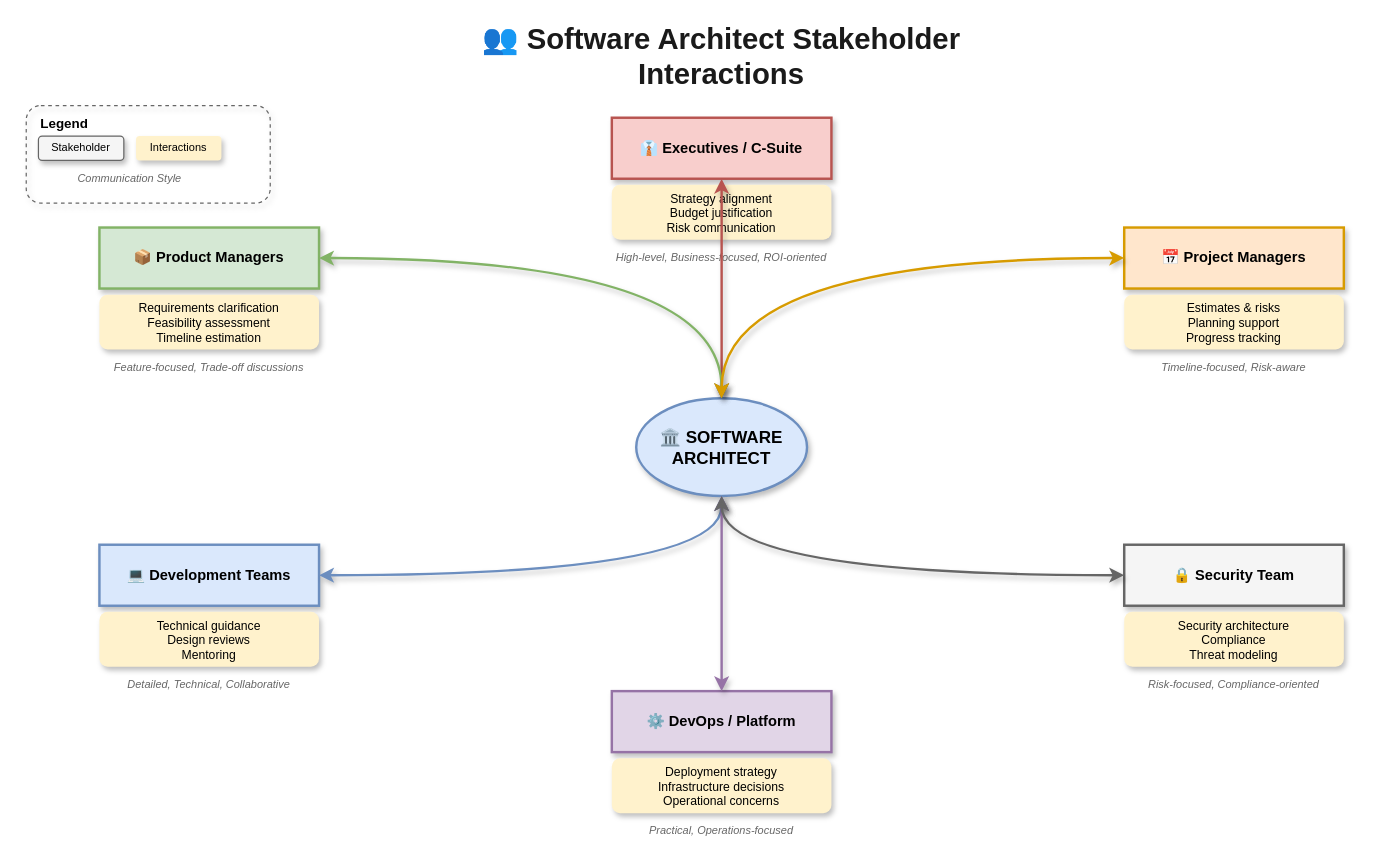
Before: lesson-00-software-architect-overview/01-how-a-software-architect-works/1.5-stakeholder-interactions.drawio in MrParkerZ7/mono-lesson-software-architect-x-claude, a draw.io diagram. Source tidied: cells renumbered, new cells numbered last; positions are measured from the earlier drawing's top-left corner, leaving out a move shared by most shapes. Both pictures are drawn from the tidied source at 122%, with x=0, y=0 at pixel (26, 32).
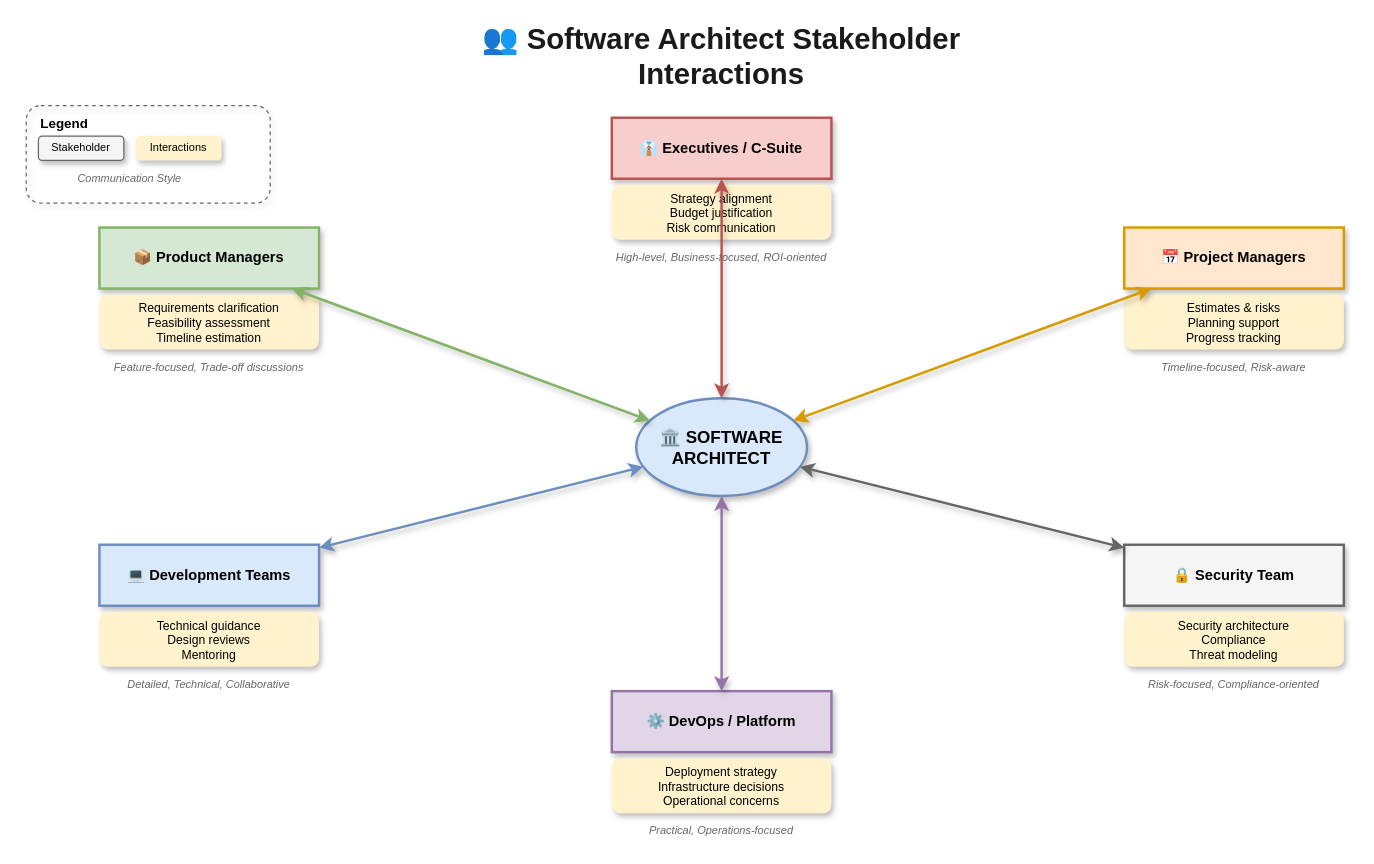
The same diagram, later.

Unchanged cells that the change refers to:
```xml
<mxCell id="3" value="🏛️ SOFTWARE&#10;ARCHITECT" style="ellipse;whiteSpace=wrap;html=1;fillColor=#dae8fc;strokeColor=#6c8ebf;fontSize=14;fontStyle=1;shadow=1;strokeWidth=2;" parent="1" vertex="1">
  <mxGeometry x="500" y="300" width="140" height="80" as="geometry" />
</mxCell>
<mxCell id="4" value="👔 Executives / C-Suite" style="rounded=0;whiteSpace=wrap;html=1;fillColor=#f8cecc;strokeColor=#b85450;fontSize=12;fontStyle=1;shadow=1;strokeWidth=2;" parent="1" vertex="1">
  <mxGeometry x="480" y="70" width="180" height="50" as="geometry" />
</mxCell>
<mxCell id="8" value="📦 Product Managers" style="rounded=0;whiteSpace=wrap;html=1;fillColor=#d5e8d4;strokeColor=#82b366;fontSize=12;fontStyle=1;shadow=1;strokeWidth=2;" parent="1" vertex="1">
  <mxGeometry x="60" y="160" width="180" height="50" as="geometry" />
</mxCell>
<mxCell id="12" value="💻 Development Teams" style="rounded=0;whiteSpace=wrap;html=1;fillColor=#dae8fc;strokeColor=#6c8ebf;fontSize=12;fontStyle=1;shadow=1;strokeWidth=2;" parent="1" vertex="1">
  <mxGeometry x="60" y="420" width="180" height="50" as="geometry" />
</mxCell>
<mxCell id="16" value="📅 Project Managers" style="rounded=0;whiteSpace=wrap;html=1;fillColor=#ffe6cc;strokeColor=#d79b00;fontSize=12;fontStyle=1;shadow=1;strokeWidth=2;" parent="1" vertex="1">
  <mxGeometry x="900" y="160" width="180" height="50" as="geometry" />
</mxCell>
<mxCell id="20" value="⚙️ DevOps / Platform" style="rounded=0;whiteSpace=wrap;html=1;fillColor=#e1d5e7;strokeColor=#9673a6;fontSize=12;fontStyle=1;shadow=1;strokeWidth=2;" parent="1" vertex="1">
  <mxGeometry x="480" y="540" width="180" height="50" as="geometry" />
</mxCell>
<mxCell id="24" value="🔒 Security Team" style="rounded=0;whiteSpace=wrap;html=1;fillColor=#f5f5f5;strokeColor=#666666;fontSize=12;fontStyle=1;shadow=1;strokeWidth=2;" parent="1" vertex="1">
  <mxGeometry x="900" y="420" width="180" height="50" as="geometry" />
</mxCell>
```

The edit, as a diff of the source:
```diff
@@
-    <mxCell id="7" style="edgeStyle=orthogonalEdgeStyle;curved=1;rounded=0;html=1;strokeColor=#b85450;strokeWidth=2;endArrow=classic;endFill=1;startArrow=classic;startFill=1;jumpStyle=arc;jumpSize=10;shadow=1;" parent="1" edge="1" source="4" target="3">
+    <mxCell id="7" style="rounded=0;html=1;strokeColor=#b85450;strokeWidth=2;endArrow=classic;endFill=1;startArrow=classic;startFill=1;jumpStyle=arc;jumpSize=10;shadow=1;" parent="1" edge="1" source="4" target="3">
       <mxGeometry relative="1" as="geometry" />
     </mxCell>
@@
-    <mxCell id="11" style="edgeStyle=orthogonalEdgeStyle;curved=1;rounded=0;html=1;strokeColor=#82b366;strokeWidth=2;endArrow=classic;endFill=1;startArrow=classic;startFill=1;jumpStyle=arc;jumpSize=10;shadow=1;" parent="1" edge="1" source="8" target="3">
+    <mxCell id="11" style="rounded=0;html=1;strokeColor=#82b366;strokeWidth=2;endArrow=classic;endFill=1;startArrow=classic;startFill=1;jumpStyle=arc;jumpSize=10;shadow=1;" parent="1" edge="1" source="8" target="3">
       <mxGeometry relative="1" as="geometry" />
     </mxCell>
@@
-    <mxCell id="15" style="edgeStyle=orthogonalEdgeStyle;curved=1;rounded=0;html=1;strokeColor=#6c8ebf;strokeWidth=2;endArrow=classic;endFill=1;startArrow=classic;startFill=1;jumpStyle=arc;jumpSize=10;shadow=1;" parent="1" edge="1" source="12" target="3">
+    <mxCell id="15" style="rounded=0;html=1;strokeColor=#6c8ebf;strokeWidth=2;endArrow=classic;endFill=1;startArrow=classic;startFill=1;jumpStyle=arc;jumpSize=10;shadow=1;" parent="1" edge="1" source="12" target="3">
       <mxGeometry relative="1" as="geometry" />
     </mxCell>
@@
-    <mxCell id="19" style="edgeStyle=orthogonalEdgeStyle;curved=1;rounded=0;html=1;strokeColor=#d79b00;strokeWidth=2;endArrow=classic;endFill=1;startArrow=classic;startFill=1;jumpStyle=arc;jumpSize=10;shadow=1;" parent="1" edge="1" source="16" target="3">
+    <mxCell id="19" style="rounded=0;html=1;strokeColor=#d79b00;strokeWidth=2;endArrow=classic;endFill=1;startArrow=classic;startFill=1;jumpStyle=arc;jumpSize=10;shadow=1;" parent="1" edge="1" source="16" target="3">
       <mxGeometry relative="1" as="geometry" />
     </mxCell>
@@
-    <mxCell id="23" style="edgeStyle=orthogonalEdgeStyle;curved=1;rounded=0;html=1;strokeColor=#9673a6;strokeWidth=2;endArrow=classic;endFill=1;startArrow=classic;startFill=1;jumpStyle=arc;jumpSize=10;shadow=1;" parent="1" edge="1" source="20" target="3">
+    <mxCell id="23" style="rounded=0;html=1;strokeColor=#9673a6;strokeWidth=2;endArrow=classic;endFill=1;startArrow=classic;startFill=1;jumpStyle=arc;jumpSize=10;shadow=1;" parent="1" edge="1" source="20" target="3">
       <mxGeometry relative="1" as="geometry" />
     </mxCell>
@@
-    <mxCell id="27" style="edgeStyle=orthogonalEdgeStyle;curved=1;rounded=0;html=1;strokeColor=#666666;strokeWidth=2;endArrow=classic;endFill=1;startArrow=classic;startFill=1;jumpStyle=arc;jumpSize=10;shadow=1;" parent="1" edge="1" source="24" target="3">
+    <mxCell id="27" style="rounded=0;html=1;strokeColor=#666666;strokeWidth=2;endArrow=classic;endFill=1;startArrow=classic;startFill=1;jumpStyle=arc;jumpSize=10;shadow=1;" parent="1" edge="1" source="24" target="3">
       <mxGeometry relative="1" as="geometry" />
     </mxCell>
```
